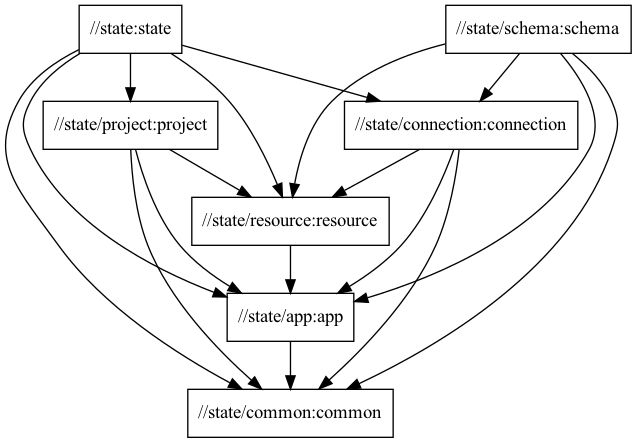
Earlier version of the Graphviz export docs/state-package-structure.png (typedb/typedb-studio). Its source is kept beside it as docs/state-package-structure.dot.
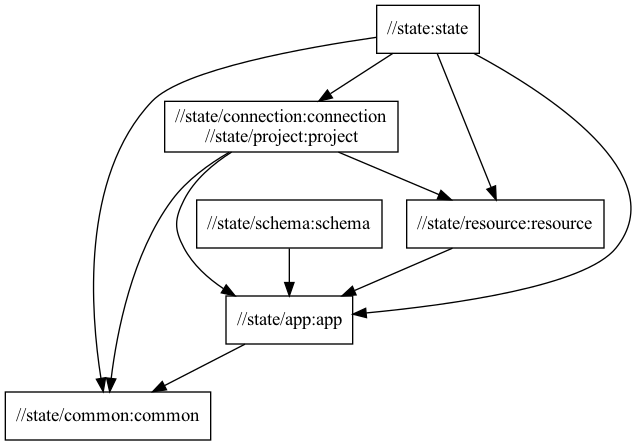
After the change.

Commit message:
Update package structure

What changed in the source:
```diff
@@ -3,24 +3,16 @@
   "//state:state"
   "//state:state" -> "//state/app:app"
   "//state:state" -> "//state/common:common"
-  "//state:state" -> "//state/connection:connection"
-  "//state:state" -> "//state/project:project"
+  "//state:state" -> "//state/connection:connection\n//state/project:project"
   "//state:state" -> "//state/resource:resource"
-  "//state/project:project"
-  "//state/project:project" -> "//state/app:app"
-  "//state/project:project" -> "//state/common:common"
-  "//state/project:project" -> "//state/resource:resource"
+  "//state/connection:connection\n//state/project:project"
+  "//state/connection:connection\n//state/project:project" -> "//state/app:app"
+  "//state/connection:connection\n//state/project:project" -> "//state/common:common"
+  "//state/connection:connection\n//state/project:project" -> "//state/resource:resource"
+  "//state/resource:resource"
+  "//state/resource:resource" -> "//state/app:app"
   "//state/schema:schema"
   "//state/schema:schema" -> "//state/app:app"
-  "//state/schema:schema" -> "//state/common:common"
-  "//state/schema:schema" -> "//state/connection:connection"
-  "//state/schema:schema" -> "//state/resource:resource"
-  "//state/connection:connection"
-  "//state/connection:connection" -> "//state/app:app"
-  "//state/connection:connection" -> "//state/common:common"
-  "//state/connection:connection" -> "//state/resource:resource"
-  "//state/resource:resource"
-  "//state/resource:resource" -> "//state/app:app"
   "//state/app:app"
   "//state/app:app" -> "//state/common:common"
   "//state/common:common"
```
